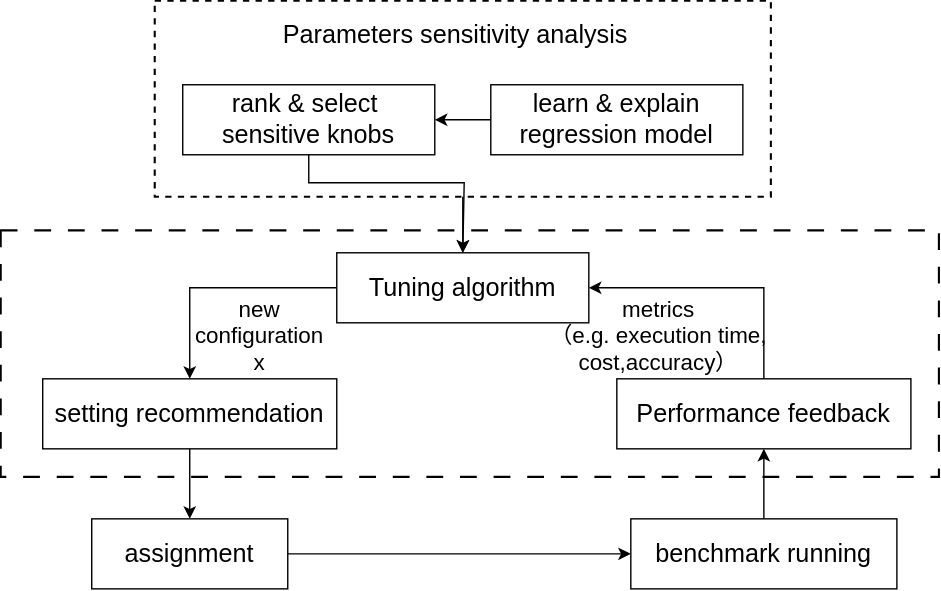
Earlier version of the draw.io export kernel-BO.drawio.svg (Dong-J93/_pictures). Source tidied: cells renumbered, new cells last; positions are measured from the earlier drawing's top-left corner, leaving out a move shared by most shapes.
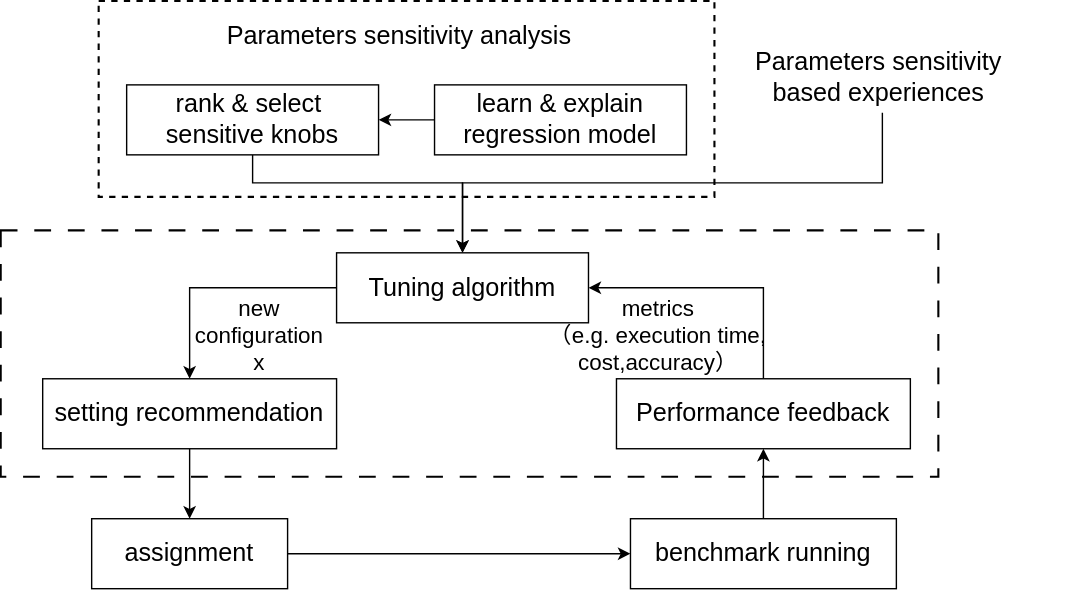
After the commit.

What changed in the source:
```diff
@@ -17,11 +17,8 @@
     <mxCell id="6" value="&lt;span style=&quot;font-size: 18px;&quot;&gt;Performance feedback&lt;/span&gt;" style="rounded=0;whiteSpace=wrap;html=1;" parent="1" vertex="1">
       <mxGeometry x="440" y="270" width="210" height="50" as="geometry" />
     </mxCell>
-    <mxCell id="7" style="edgeStyle=orthogonalEdgeStyle;rounded=0;jettySize=auto;html=1;" parent="1" edge="1" source="8" target="4">
-      <mxGeometry relative="1" as="geometry" />
-    </mxCell>
     <mxCell id="8" style="rounded=0;whiteSpace=wrap;html=1;fillColor=none;strokeWidth=1.5;align=center;dashed=1;" parent="1" vertex="1">
-      <mxGeometry x="110" width="440" height="140" as="geometry" />
+      <mxGeometry x="70" width="440" height="140" as="geometry" />
     </mxCell>
     <mxCell id="9" style="edgeStyle=orthogonalEdgeStyle;rounded=0;jettySize=auto;html=1;exitX=0.5;exitY=1;exitDx=0;exitDy=0;" parent="1" edge="1" source="10">
       <mxGeometry relative="1" as="geometry">
@@ -33,16 +30,16 @@
       </mxGeometry>
     </mxCell>
     <mxCell id="10" value="&lt;span style=&quot;font-size: 18px;&quot;&gt;rank &amp;amp; select&amp;nbsp;&lt;/span&gt;&lt;div&gt;&lt;span style=&quot;font-size: 18px;&quot;&gt;sensitive knobs&lt;/span&gt;&lt;/div&gt;" style="rounded=0;whiteSpace=wrap;html=1;" parent="1" vertex="1">
-      <mxGeometry x="130" y="60" width="180" height="50" as="geometry" />
+      <mxGeometry x="90" y="60" width="180" height="50" as="geometry" />
     </mxCell>
     <mxCell id="11" style="edgeStyle=orthogonalEdgeStyle;rounded=0;jettySize=auto;html=1;exitX=0;exitY=0.5;exitDx=0;exitDy=0;" parent="1" edge="1" source="12" target="10">
       <mxGeometry relative="1" as="geometry" />
     </mxCell>
     <mxCell id="12" value="&lt;span style=&quot;font-size: 18px;&quot;&gt;learn &amp;amp; explain&lt;/span&gt;&lt;div&gt;&lt;span style=&quot;font-size: 18px;&quot;&gt;regression model&lt;/span&gt;&lt;/div&gt;" style="rounded=0;whiteSpace=wrap;html=1;" parent="1" vertex="1">
-      <mxGeometry x="350" y="60" width="180" height="50" as="geometry" />
+      <mxGeometry x="310" y="60" width="180" height="50" as="geometry" />
     </mxCell>
     <mxCell id="13" value="&lt;font style=&quot;font-size: 18px;&quot;&gt;Parameters sensitivity analysis&lt;/font&gt;" style="text;html=1;align=center;verticalAlign=middle;whiteSpace=wrap;rounded=0;" parent="1" vertex="1">
-      <mxGeometry x="185" width="280" height="50" as="geometry" />
+      <mxGeometry x="145" width="280" height="50" as="geometry" />
     </mxCell>
     <mxCell id="14" value="&lt;span style=&quot;font-size: 16px;&quot;&gt;metrics&lt;/span&gt;&lt;div&gt;&lt;span style=&quot;font-size: 16px;&quot;&gt;（e.g. execution time, cost,accuracy）&lt;/span&gt;&lt;/div&gt;" style="text;html=1;align=center;verticalAlign=middle;whiteSpace=wrap;rounded=0;" parent="1" vertex="1">
       <mxGeometry x="390" y="204" width="160" height="70" as="geometry" />
@@ -68,5 +65,16 @@
     <mxCell id="21" value="&lt;span style=&quot;font-size: 18px;&quot;&gt;benchmark&amp;nbsp;&lt;/span&gt;&lt;span style=&quot;font-size: 18px; background-color: initial;&quot;&gt;running&lt;/span&gt;" style="rounded=0;whiteSpace=wrap;html=1;" parent="1" vertex="1">
       <mxGeometry x="450" y="370" width="190" height="50" as="geometry" />
     </mxCell>
+    <mxCell id="22" style="edgeStyle=orthogonalEdgeStyle;rounded=0;jettySize=auto;html=1;entryX=0.5;entryY=0;entryDx=0;entryDy=0;" parent="1" edge="1" source="23" target="4">
+      <mxGeometry relative="1" as="geometry">
+        <Array as="points">
+          <mxPoint x="630" y="130" />
+          <mxPoint x="330" y="130" />
+        </Array>
+      </mxGeometry>
+    </mxCell>
+    <mxCell id="23" value="&lt;font style=&quot;font-size: 18px;&quot;&gt;Parameters sensitivity&amp;nbsp;&lt;/font&gt;&lt;div&gt;&lt;font style=&quot;font-size: 18px;&quot;&gt;based experiences&amp;nbsp;&lt;/font&gt;&lt;/div&gt;" style="text;html=1;align=center;verticalAlign=middle;whiteSpace=wrap;rounded=0;" parent="1" vertex="1">
+      <mxGeometry x="490" y="30" width="280" height="50" as="geometry" />
+    </mxCell>
   </root>
 </mxGraphModel>
```
